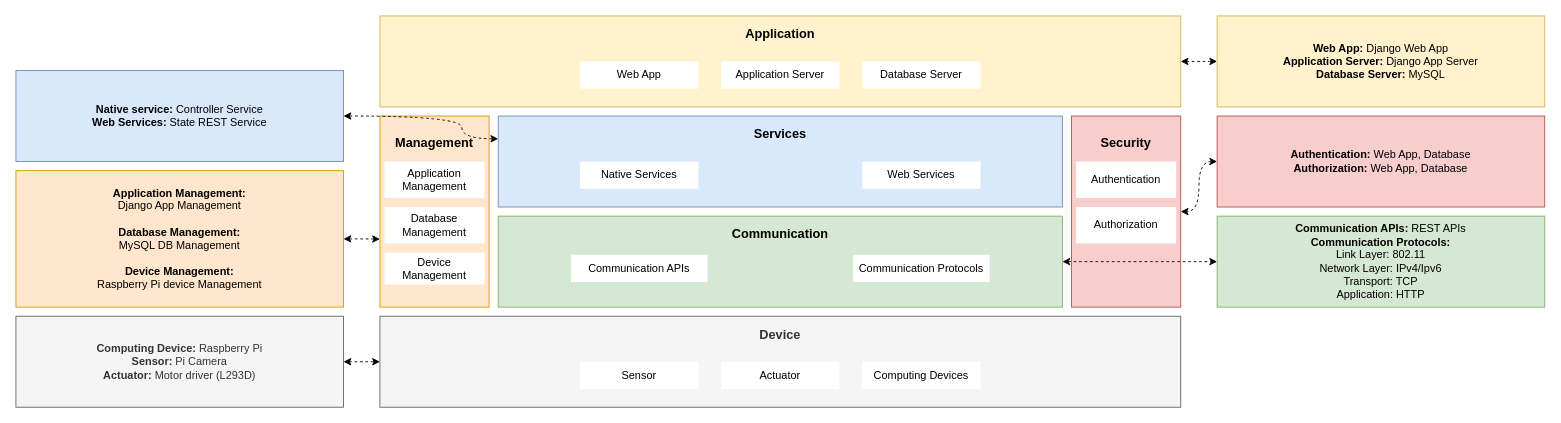
Earlier version of the draw.io diagram editable_diagrams/Step8.drawio (reshma58/IOT_ProjectReport). Source tidied: cells renumbered, new cells numbered last; positions are measured from the earlier drawing's top-left corner, leaving out a move shared by most shapes. Both pictures are drawn from the tidied source at 91%, with x=0, y=0 at pixel (15, 15).
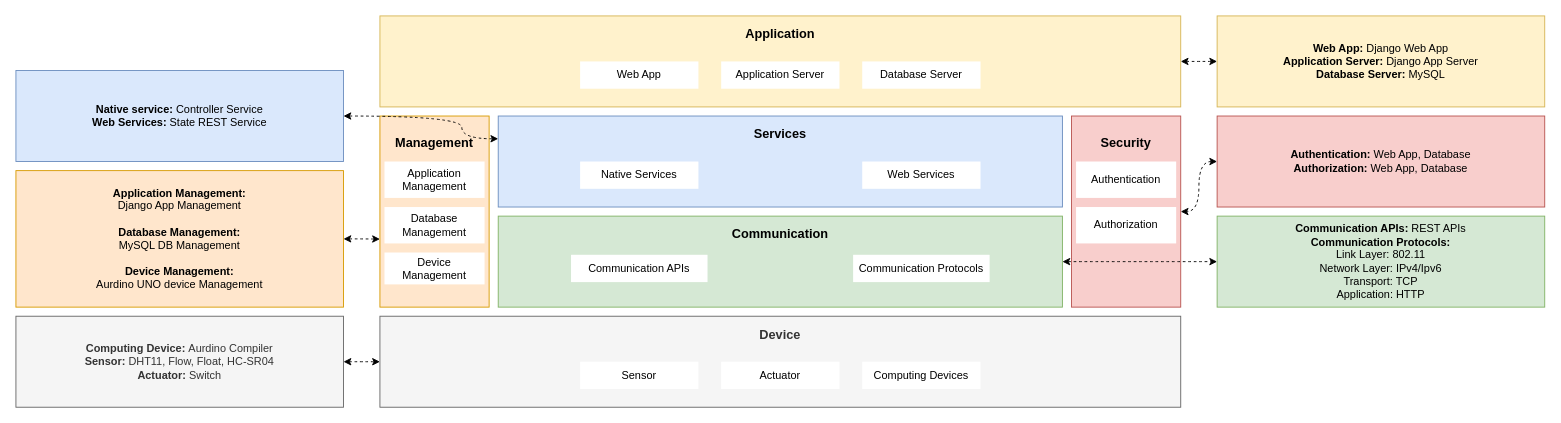
The same diagram, later.

Change to the diagram source:
```diff
@@
-    <mxCell id="31" value="&lt;b&gt;Application Management:&lt;/b&gt;&lt;br&gt;Django App Management&lt;br&gt;&lt;br&gt;&lt;b&gt;Database Management:&lt;br&gt;&lt;/b&gt;MySQL DB Management&lt;br&gt;&lt;br&gt;&lt;b&gt;Device Management:&lt;br&gt;&lt;/b&gt;Raspberry Pi device Management" style="rounded=0;whiteSpace=wrap;html=1;fillColor=#ffe6cc;strokeColor=#d79b00;" parent="1" vertex="1">
+    <mxCell id="31" value="&lt;b&gt;Application Management:&lt;/b&gt;&lt;br&gt;Django App Management&lt;br&gt;&lt;br&gt;&lt;b&gt;Database Management:&lt;br&gt;&lt;/b&gt;MySQL DB Management&lt;br&gt;&lt;br&gt;&lt;b&gt;Device Management:&lt;br&gt;&lt;/b&gt;Aurdino UNO device Management" style="rounded=0;whiteSpace=wrap;html=1;fillColor=#ffe6cc;strokeColor=#d79b00;" parent="1" vertex="1">
       <mxGeometry y="170" width="360" height="150" as="geometry" />
     </mxCell>
@@
-    <mxCell id="33" value="&lt;b&gt;Computing Device: &lt;/b&gt;Raspberry Pi&lt;br&gt;&lt;b&gt;Sensor: &lt;/b&gt;Pi Camera&lt;br&gt;&lt;b&gt;Actuator: &lt;/b&gt;Motor driver (L293D)" style="rounded=0;whiteSpace=wrap;html=1;fillColor=#f5f5f5;strokeColor=#666666;fontColor=#333333;" parent="1" vertex="1">
+    <mxCell id="33" value="&lt;b&gt;Computing Device: &lt;/b&gt;Aurdino Compiler&lt;br&gt;&lt;b&gt;Sensor: &lt;/b&gt;DHT11, Flow, Float, HC-SR04&lt;br&gt;&lt;b&gt;Actuator: &lt;/b&gt;Switch" style="rounded=0;whiteSpace=wrap;html=1;fillColor=#f5f5f5;strokeColor=#666666;fontColor=#333333;" parent="1" vertex="1">
       <mxGeometry y="330" width="360" height="100" as="geometry" />
     </mxCell>
```
